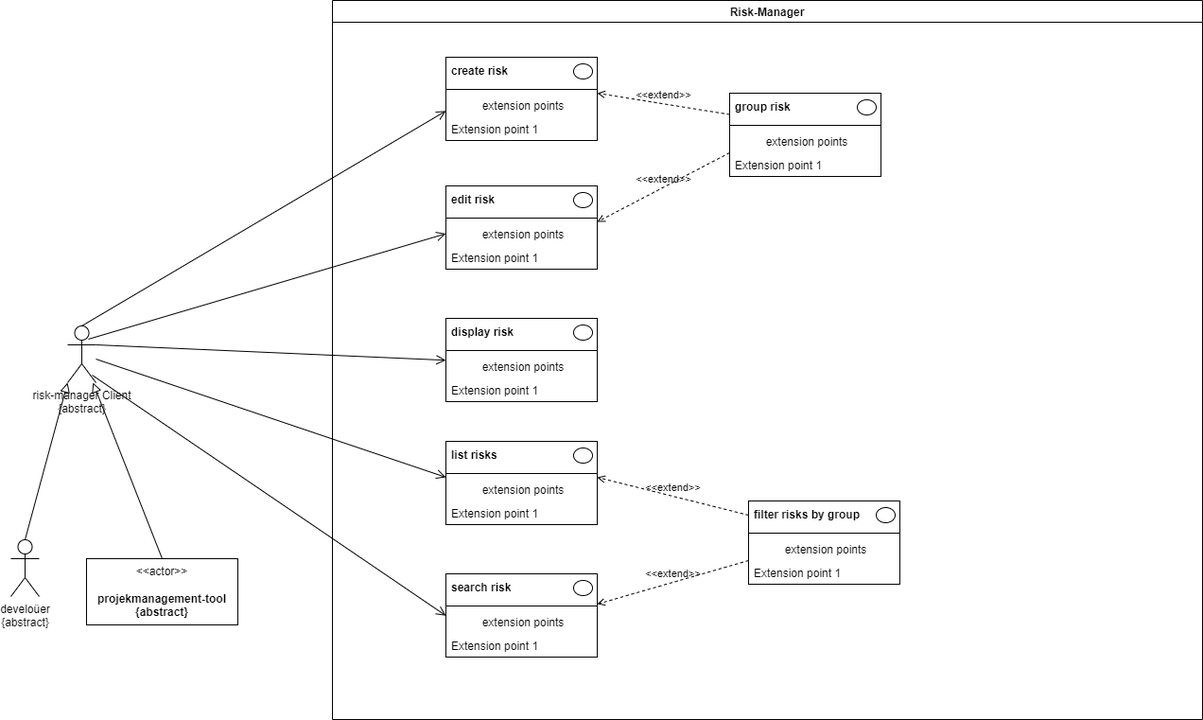
stueberm1/riskmanager keeps this draw.io diagram as documentation/arc-documentation/images/01_introduction_and_goals/identified-use-cases.drawio.png. Above is the earlier version. Source tidied: cells renumbered, new cells last; positions are measured from the earlier drawing's top-left corner, leaving out a move shared by most shapes.
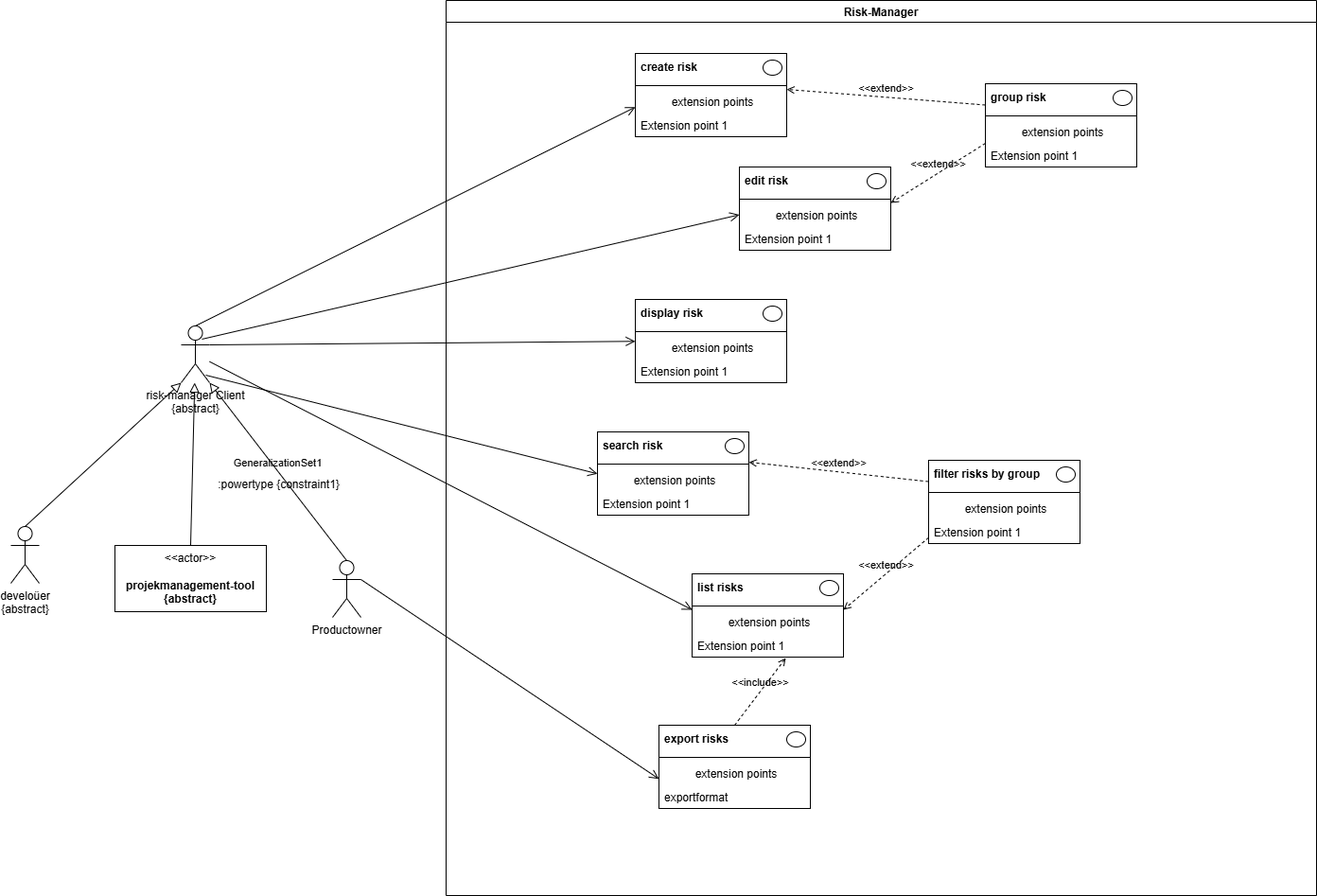
The same file after the commit.

What changed in the source:
```diff
@@ -3,10 +3,10 @@
     <mxCell id="0" />
     <mxCell id="1" parent="0" />
     <mxCell id="2" value="Risk-Manager" style="swimlane;startSize=23;" parent="1" vertex="1">
-      <mxGeometry x="340" width="920" height="760" as="geometry" />
+      <mxGeometry x="340" width="920" height="946" as="geometry" />
     </mxCell>
     <mxCell id="3" style="fontStyle=1;align=center;verticalAlign=top;horizontal=1;" parent="2" vertex="1">
-      <mxGeometry x="120" y="60" width="160" height="88" as="geometry" />
+      <mxGeometry x="200" y="56" width="160" height="88" as="geometry" />
     </mxCell>
     <mxCell id="4" value="create risk" style="html=1;align=left;spacingLeft=4;verticalAlign=middle;strokeColor=none;fillColor=none;fontStyle=1;whiteSpace=wrap;" parent="3" vertex="1">
       <mxGeometry width="160" height="30" as="geometry" />
@@ -26,7 +26,7 @@
       <mxGeometry y="63" width="160" height="25" as="geometry" />
     </mxCell>
     <mxCell id="9" style="fontStyle=1;align=center;verticalAlign=top;horizontal=1;" parent="2" vertex="1">
-      <mxGeometry x="120" y="196" width="160" height="88" as="geometry" />
+      <mxGeometry x="310" y="176" width="160" height="88" as="geometry" />
     </mxCell>
     <mxCell id="10" value="edit risk" style="html=1;align=left;spacingLeft=4;verticalAlign=middle;strokeColor=none;fillColor=none;fontStyle=1;whiteSpace=wrap;" parent="9" vertex="1">
       <mxGeometry width="160" height="30" as="geometry" />
@@ -46,7 +46,7 @@
       <mxGeometry y="63" width="160" height="25" as="geometry" />
     </mxCell>
     <mxCell id="15" style="fontStyle=1;align=center;verticalAlign=top;horizontal=1;" parent="2" vertex="1">
-      <mxGeometry x="120" y="336" width="160" height="88" as="geometry" />
+      <mxGeometry x="200" y="316" width="160" height="88" as="geometry" />
     </mxCell>
     <mxCell id="16" value="display risk" style="html=1;align=left;spacingLeft=4;verticalAlign=middle;strokeColor=none;fillColor=none;fontStyle=1;whiteSpace=wrap;" parent="15" vertex="1">
       <mxGeometry width="160" height="30" as="geometry" />
@@ -66,7 +66,7 @@
       <mxGeometry y="63" width="160" height="25" as="geometry" />
     </mxCell>
     <mxCell id="21" style="fontStyle=1;align=center;verticalAlign=top;horizontal=1;" parent="2" vertex="1">
-      <mxGeometry x="120" y="466" width="160" height="88" as="geometry" />
+      <mxGeometry x="260" y="606" width="160" height="88" as="geometry" />
     </mxCell>
     <mxCell id="22" value="list risks" style="html=1;align=left;spacingLeft=4;verticalAlign=middle;strokeColor=none;fillColor=none;fontStyle=1;whiteSpace=wrap;" parent="21" vertex="1">
       <mxGeometry width="160" height="30" as="geometry" />
@@ -86,7 +86,7 @@
       <mxGeometry y="63" width="160" height="25" as="geometry" />
     </mxCell>
     <mxCell id="27" style="fontStyle=1;align=center;verticalAlign=top;horizontal=1;" parent="2" vertex="1">
-      <mxGeometry x="420" y="98" width="160" height="88" as="geometry" />
+      <mxGeometry x="570" y="88" width="160" height="88" as="geometry" />
     </mxCell>
     <mxCell id="28" value="group risk" style="html=1;align=left;spacingLeft=4;verticalAlign=middle;strokeColor=none;fillColor=none;fontStyle=1;whiteSpace=wrap;" parent="27" vertex="1">
       <mxGeometry width="160" height="30" as="geometry" />
@@ -112,7 +112,7 @@
       <mxGeometry relative="1" as="geometry" />
     </mxCell>
     <mxCell id="35" style="fontStyle=1;align=center;verticalAlign=top;horizontal=1;" parent="2" vertex="1">
-      <mxGeometry x="120" y="606" width="160" height="88" as="geometry" />
+      <mxGeometry x="160" y="456" width="160" height="88" as="geometry" />
     </mxCell>
     <mxCell id="36" value="search risk" style="html=1;align=left;spacingLeft=4;verticalAlign=middle;strokeColor=none;fillColor=none;fontStyle=1;whiteSpace=wrap;" parent="35" vertex="1">
       <mxGeometry width="160" height="30" as="geometry" />
@@ -132,7 +132,7 @@
       <mxGeometry y="63" width="160" height="25" as="geometry" />
     </mxCell>
     <mxCell id="41" style="fontStyle=1;align=center;verticalAlign=top;horizontal=1;" parent="2" vertex="1">
-      <mxGeometry x="440" y="529" width="160" height="88" as="geometry" />
+      <mxGeometry x="510" y="486" width="160" height="88" as="geometry" />
     </mxCell>
     <mxCell id="42" value="filter risks by group" style="html=1;align=left;spacingLeft=4;verticalAlign=middle;strokeColor=none;fillColor=none;fontStyle=1;whiteSpace=wrap;" parent="41" vertex="1">
       <mxGeometry width="160" height="30" as="geometry" />
@@ -151,23 +151,46 @@
     <mxCell id="46" value="Extension point 1" style="html=1;align=left;spacingLeft=4;verticalAlign=top;strokeColor=none;fillColor=none;whiteSpace=wrap;" parent="41" vertex="1">
       <mxGeometry y="63" width="160" height="25" as="geometry" />
     </mxCell>
-    <mxCell id="47" value="&amp;lt;&amp;lt;extend&amp;gt;&amp;gt;" style="html=1;verticalAlign=bottom;labelBackgroundColor=none;endArrow=open;endFill=0;dashed=1;rounded=0;entryX=1;entryY=0;entryDx=0;entryDy=0;exitX=0;exitY=0.5;exitDx=0;exitDy=0;" parent="2" edge="1" source="42" target="25">
+    <mxCell id="47" value="&amp;lt;&amp;lt;extend&amp;gt;&amp;gt;" style="html=1;verticalAlign=bottom;labelBackgroundColor=none;endArrow=open;endFill=0;dashed=1;rounded=0;entryX=1;entryY=0;entryDx=0;entryDy=0;exitX=0;exitY=0.75;exitDx=0;exitDy=0;" parent="2" edge="1" source="46" target="25">
       <mxGeometry relative="1" as="geometry" />
     </mxCell>
-    <mxCell id="48" value="&amp;lt;&amp;lt;extend&amp;gt;&amp;gt;" style="html=1;verticalAlign=bottom;labelBackgroundColor=none;endArrow=open;endFill=0;dashed=1;rounded=0;entryX=1;entryY=-0.24;entryDx=0;entryDy=0;entryPerimeter=0;exitX=0;exitY=0;exitDx=0;exitDy=0;" parent="2" edge="1" source="46" target="39">
+    <mxCell id="48" value="&amp;lt;&amp;lt;extend&amp;gt;&amp;gt;" style="html=1;verticalAlign=bottom;labelBackgroundColor=none;endArrow=open;endFill=0;dashed=1;rounded=0;entryX=1;entryY=-0.24;entryDx=0;entryDy=0;entryPerimeter=0;exitX=0;exitY=0.75;exitDx=0;exitDy=0;" parent="2" edge="1" source="42" target="39">
       <mxGeometry relative="1" as="geometry" />
     </mxCell>
+    <mxCell id="59" style="fontStyle=1;align=center;verticalAlign=top;horizontal=1;" parent="2" vertex="1">
+      <mxGeometry x="225" y="766" width="160" height="88" as="geometry" />
+    </mxCell>
+    <mxCell id="60" value="export risks" style="html=1;align=left;spacingLeft=4;verticalAlign=middle;strokeColor=none;fillColor=none;fontStyle=1;whiteSpace=wrap;" parent="59" vertex="1">
+      <mxGeometry width="160" height="30" as="geometry" />
+    </mxCell>
+    <mxCell id="61" style="shape=ellipse;" parent="60" vertex="1">
+      <mxGeometry x="1" width="20" height="16" relative="1" as="geometry">
+        <mxPoint x="-25" y="7" as="offset" />
+      </mxGeometry>
+    </mxCell>
+    <mxCell id="62" style="line;strokeWidth=1;fillColor=none;align=left;verticalAlign=middle;spacingTop=-1;spacingLeft=3;spacingRight=3;labelPosition=right;" parent="59" vertex="1">
+      <mxGeometry y="30" width="160" height="8" as="geometry" />
+    </mxCell>
+    <mxCell id="63" value="extension points" style="html=1;align=center;spacingLeft=4;verticalAlign=top;strokeColor=none;fillColor=none;whiteSpace=wrap;" parent="59" vertex="1">
+      <mxGeometry y="38" width="160" height="25" as="geometry" />
+    </mxCell>
+    <mxCell id="64" value="exportformat" style="html=1;align=left;spacingLeft=4;verticalAlign=top;strokeColor=none;fillColor=none;whiteSpace=wrap;" parent="59" vertex="1">
+      <mxGeometry y="63" width="160" height="25" as="geometry" />
+    </mxCell>
+    <mxCell id="65" value="&amp;lt;&amp;lt;include&amp;gt;&amp;gt;" style="html=1;verticalAlign=bottom;labelBackgroundColor=none;endArrow=open;endFill=0;dashed=1;rounded=0;exitX=0.5;exitY=0;exitDx=0;exitDy=0;entryX=0.619;entryY=1.04;entryDx=0;entryDy=0;entryPerimeter=0;" parent="2" edge="1" source="60" target="26">
+      <mxGeometry relative="1" as="geometry" />
+    </mxCell>
     <mxCell id="49" value="risk-manager Client&lt;br&gt;{abstract}" style="shape=umlActor;verticalLabelPosition=bottom;verticalAlign=top;html=1;" parent="1" vertex="1">
       <mxGeometry x="60" y="344" width="30" height="60" as="geometry" />
     </mxCell>
     <mxCell id="50" value="&amp;lt;&amp;lt;actor&amp;gt;&amp;gt;&lt;br&gt;&lt;br&gt;&lt;b&gt;projekmanagement-tool&lt;br&gt;{abstract}&lt;br&gt;&lt;/b&gt;" style="html=1;align=center;verticalAlign=middle;dashed=0;whiteSpace=wrap;" parent="1" vertex="1">
-      <mxGeometry x="80" y="590" width="160" height="70" as="geometry" />
+      <mxGeometry x="-10" y="576" width="160" height="70" as="geometry" />
     </mxCell>
     <mxCell id="51" style="endArrow=block;html=1;rounded=0;align=center;verticalAlign=bottom;endFill=0;labelBackgroundColor=none;endSize=8;exitX=0.5;exitY=0;exitDx=0;exitDy=0;" parent="1" edge="1" source="50" target="49">
       <mxGeometry relative="1" as="geometry" />
     </mxCell>
     <mxCell id="52" value="develoüer&lt;br&gt;{abstract}" style="shape=umlActor;verticalLabelPosition=bottom;verticalAlign=top;html=1;" parent="1" vertex="1">
-      <mxGeometry y="570" width="30" height="60" as="geometry" />
+      <mxGeometry x="-120" y="556" width="30" height="60" as="geometry" />
     </mxCell>
     <mxCell id="53" style="endArrow=block;html=1;rounded=0;align=center;verticalAlign=bottom;endFill=0;labelBackgroundColor=none;endSize=8;entryX=0;entryY=1;entryDx=0;entryDy=0;entryPerimeter=0;exitX=0.5;exitY=0;exitDx=0;exitDy=0;exitPerimeter=0;" parent="1" edge="1" source="52" target="49">
       <mxGeometry relative="1" as="geometry" />
@@ -187,5 +210,17 @@
     <mxCell id="58" style="endArrow=open;startArrow=none;endFill=0;startFill=0;endSize=8;html=1;verticalAlign=bottom;labelBackgroundColor=none;strokeWidth=1;rounded=0;exitX=0.867;exitY=0.867;exitDx=0;exitDy=0;exitPerimeter=0;entryX=0;entryY=0.25;entryDx=0;entryDy=0;" parent="1" edge="1" source="49" target="39">
       <mxGeometry relative="1" as="geometry" />
     </mxCell>
+    <mxCell id="66" value="Productowner" style="shape=umlActor;verticalLabelPosition=bottom;verticalAlign=top;html=1;" parent="1" vertex="1">
+      <mxGeometry x="220" y="592" width="30" height="60" as="geometry" />
+    </mxCell>
+    <mxCell id="67" value="GeneralizationSet1" style="endArrow=block;html=1;rounded=0;align=center;verticalAlign=bottom;endFill=0;labelBackgroundColor=none;endSize=8;entryX=1;entryY=1;entryDx=0;entryDy=0;entryPerimeter=0;exitX=0.5;exitY=0;exitDx=0;exitDy=0;exitPerimeter=0;" parent="1" edge="1" source="66" target="49">
+      <mxGeometry relative="1" as="geometry" />
+    </mxCell>
+    <mxCell id="68" value=":powertype {constraint1}" style="html=1;align=center;verticalAlign=top;labelBackgroundColor=none;" parent="67" vertex="1">
+      <mxGeometry relative="1" as="geometry" />
+    </mxCell>
+    <mxCell id="69" style="endArrow=open;startArrow=none;endFill=0;startFill=0;endSize=8;html=1;verticalAlign=bottom;labelBackgroundColor=none;strokeWidth=1;rounded=0;exitX=1;exitY=0.3333333333333333;exitDx=0;exitDy=0;exitPerimeter=0;entryX=0;entryY=0.75;entryDx=0;entryDy=0;" parent="1" edge="1" source="66" target="63">
+      <mxGeometry relative="1" as="geometry" />
+    </mxCell>
   </root>
 </mxGraphModel>
```
